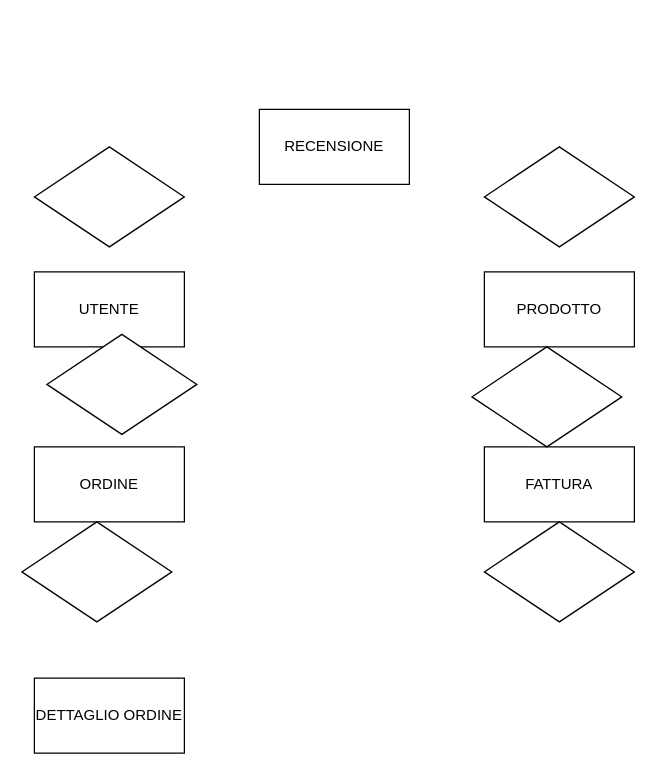
Before: Diagramma senza titolo.drawio in alexbnls/ProgettoTSW, a draw.io diagram. Source tidied: cells renumbered, new cells numbered last; positions are measured from the earlier drawing's top-left corner, leaving out a move shared by most shapes. Both pictures are drawn from the tidied source at 125%, with x=0, y=0 at pixel (21, 109).
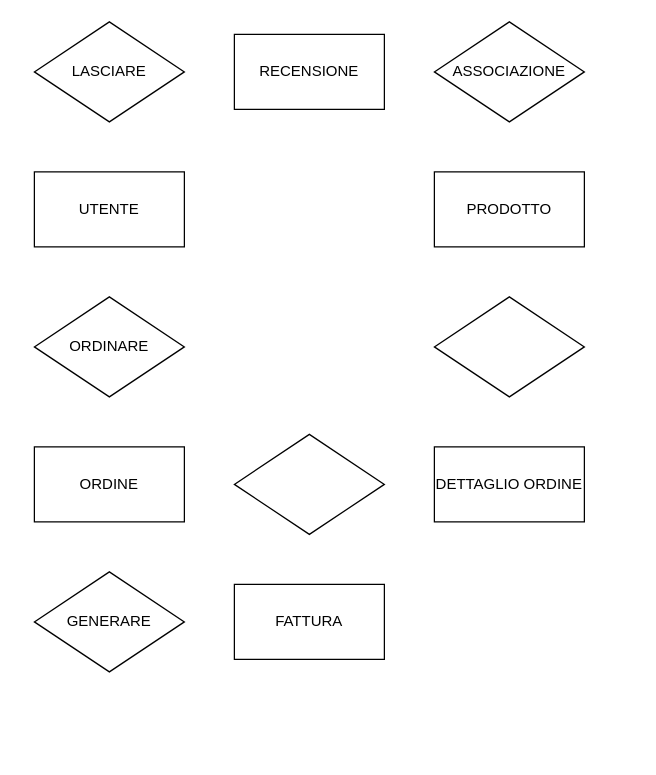
After the change.

Diff of the diagram source:
```diff
@@
 <mxGraphModel>
   <root>
     <mxCell id="0" />
     <mxCell id="1" parent="0" />
     <mxCell id="2" value="UTENTE" style="rounded=0;whiteSpace=wrap;html=1;" parent="1" vertex="1">
-      <mxGeometry x="10" y="130" width="120" height="60" as="geometry" />
+      <mxGeometry x="10" y="50" width="120" height="60" as="geometry" />
     </mxCell>
     <mxCell id="3" value="PRODOTTO" style="rounded=0;whiteSpace=wrap;html=1;" parent="1" vertex="1">
-      <mxGeometry x="370" y="130" width="120" height="60" as="geometry" />
+      <mxGeometry x="330" y="50" width="120" height="60" as="geometry" />
     </mxCell>
     <mxCell id="4" value="DETTAGLIO ORDINE" style="rounded=0;whiteSpace=wrap;html=1;" parent="1" vertex="1">
-      <mxGeometry x="10" y="455" width="120" height="60" as="geometry" />
+      <mxGeometry x="330" y="270" width="120" height="60" as="geometry" />
     </mxCell>
     <mxCell id="5" value="RECENSIONE" style="rounded=0;whiteSpace=wrap;html=1;" parent="1" vertex="1">
-      <mxGeometry x="190" width="120" height="60" as="geometry" />
+      <mxGeometry x="170" y="-60" width="120" height="60" as="geometry" />
     </mxCell>
     <mxCell id="6" value="ORDINE" style="rounded=0;whiteSpace=wrap;html=1;" parent="1" vertex="1">
       <mxGeometry x="10" y="270" width="120" height="60" as="geometry" />
     </mxCell>
     <mxCell id="7" value="FATTURA" style="rounded=0;whiteSpace=wrap;html=1;" parent="1" vertex="1">
-      <mxGeometry x="370" y="270" width="120" height="60" as="geometry" />
+      <mxGeometry x="170" y="380" width="120" height="60" as="geometry" />
     </mxCell>
-    <mxCell id="8" style="rhombus;whiteSpace=wrap;html=1;" parent="1" vertex="1">
-      <mxGeometry x="10" y="30" width="120" height="80" as="geometry" />
+    <mxCell id="8" value="LASCIARE" style="rhombus;whiteSpace=wrap;html=1;" parent="1" vertex="1">
+      <mxGeometry x="10" y="-70" width="120" height="80" as="geometry" />
     </mxCell>
-    <mxCell id="9" style="rhombus;whiteSpace=wrap;html=1;" parent="1" vertex="1">
-      <mxGeometry x="20" y="180" width="120" height="80" as="geometry" />
+    <mxCell id="9" value="ORDINARE" style="rhombus;whiteSpace=wrap;html=1;" parent="1" vertex="1">
+      <mxGeometry x="10" y="150" width="120" height="80" as="geometry" />
     </mxCell>
     <mxCell id="10" style="rhombus;whiteSpace=wrap;html=1;" parent="1" vertex="1">
-      <mxGeometry y="330" width="120" height="80" as="geometry" />
+      <mxGeometry x="330" y="150" width="120" height="80" as="geometry" />
     </mxCell>
-    <mxCell id="11" style="rhombus;whiteSpace=wrap;html=1;" parent="1" vertex="1">
-      <mxGeometry x="360" y="190" width="120" height="80" as="geometry" />
+    <mxCell id="11" value="GENERARE" style="rhombus;whiteSpace=wrap;html=1;" parent="1" vertex="1">
+      <mxGeometry x="10" y="370" width="120" height="80" as="geometry" />
     </mxCell>
     <mxCell id="12" style="rhombus;whiteSpace=wrap;html=1;" parent="1" vertex="1">
-      <mxGeometry x="370" y="330" width="120" height="80" as="geometry" />
+      <mxGeometry x="170" y="260" width="120" height="80" as="geometry" />
     </mxCell>
-    <mxCell id="13" style="rhombus;whiteSpace=wrap;html=1;" parent="1" vertex="1">
-      <mxGeometry x="370" y="30" width="120" height="80" as="geometry" />
+    <mxCell id="13" value="ASSOCIAZIONE" style="rhombus;whiteSpace=wrap;html=1;" parent="1" vertex="1">
+      <mxGeometry x="330" y="-70" width="120" height="80" as="geometry" />
     </mxCell>
   </root>
 </mxGraphModel>
```
